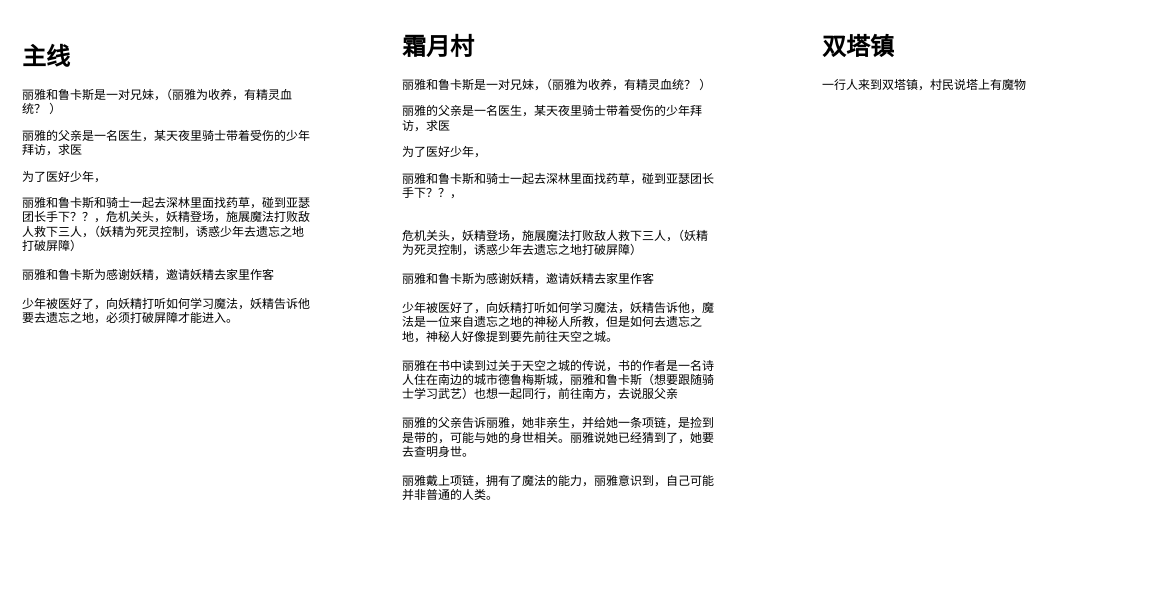
goldmine/base keeps this draw.io diagram as page "story" (8 of 10) of unity.drawio. Above is the earlier version. Source tidied: cells renumbered, new cells numbered last; positions are measured from the earlier drawing's top-left corner, leaving out a move shared by most shapes. Both pictures are drawn from the tidied source at 100%, with x=0, y=0 at pixel (17, 27).
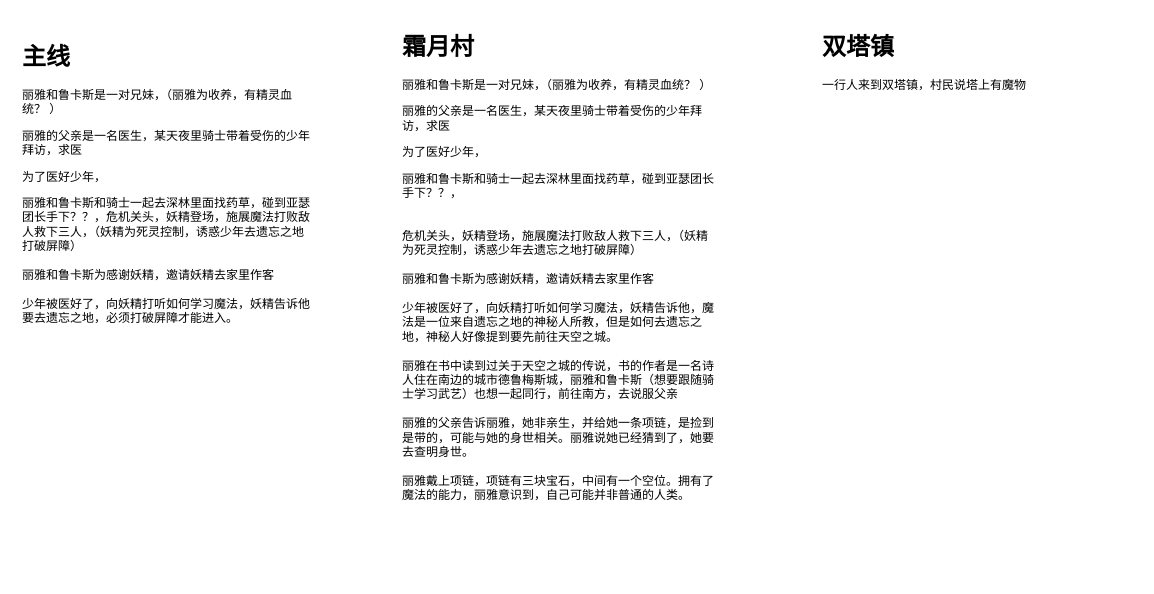
The same page after the edit.

Change to the diagram source:
```diff
@@
 <mxGraphModel>
   <root>
     <mxCell id="0" />
     <mxCell id="1" parent="0" />
     <mxCell id="2" value="&lt;h1&gt;主线&lt;/h1&gt;&lt;p&gt;丽雅和鲁卡斯是一对兄妹，（丽雅为收养，有精灵血统？ ）&lt;/p&gt;&lt;p&gt;丽雅的父亲是一名医生，某天夜里&lt;span style=&quot;background-color: initial;&quot;&gt;骑士带着受伤的少年拜访，求医&lt;/span&gt;&lt;/p&gt;&lt;p&gt;为了医好少年，&lt;/p&gt;丽雅和鲁卡斯和骑士一起去深林里面找药草，碰到亚瑟团长手下？？，危机关头，妖精登场，施展魔法打败敌人救下三人，（妖精为死灵控制，诱惑少年去遗忘之地打破屏障）&lt;br&gt;&lt;br&gt;丽雅和鲁卡斯为感谢妖精，邀请妖精去家里作客&lt;br&gt;&lt;br&gt;少年被医好了，向妖精打听如何学习魔法，妖精告诉他要去遗忘之地，必须打破屏障才能进入。&lt;br&gt;&lt;br&gt;&lt;br&gt;&lt;br&gt;&lt;br&gt;&lt;br&gt;&lt;br&gt;&lt;br&gt;" style="text;html=1;strokeColor=none;fillColor=none;spacing=5;spacingTop=-20;whiteSpace=wrap;overflow=hidden;rounded=0;" parent="1" vertex="1">
       <mxGeometry y="10" width="300" height="380" as="geometry" />
     </mxCell>
-    <mxCell id="3" value="&lt;h1&gt;霜月村&lt;/h1&gt;&lt;p&gt;丽雅和鲁卡斯是一对兄妹，（丽雅为收养，有精灵血统？ ）&lt;/p&gt;&lt;p&gt;丽雅的父亲是一名医生，某天夜里&lt;span style=&quot;background-color: initial;&quot;&gt;骑士带着受伤的少年拜访，求医&lt;/span&gt;&lt;/p&gt;&lt;p&gt;为了医好少年，&lt;/p&gt;丽雅和鲁卡斯和骑士一起去深林里面找药草，碰到亚瑟团长手下？？，&lt;br&gt;&lt;br&gt;&lt;br&gt;危机关头，妖精登场，施展魔法打败敌人救下三人，（妖精为死灵控制，诱惑少年去遗忘之地打破屏障）&lt;br&gt;&lt;br&gt;丽雅和鲁卡斯为感谢妖精，邀请妖精去家里作客&lt;br&gt;&lt;br&gt;少年被医好了，向妖精打听如何学习魔法，妖精告诉他，魔法是一位来自遗忘之地的神秘人所教，但是如何去遗忘之地，神秘人好像提到要先前往天空之城。&lt;br&gt;&lt;br&gt;丽雅在书中读到过关于天空之城的传说，书的作者是一名诗人住在南边的城市德鲁梅斯城，丽雅和鲁卡斯（想要跟随骑士学习武艺）也想一起同行，前往南方，去说服父亲&lt;br&gt;&lt;br&gt;丽雅的父亲告诉丽雅，她非亲生，并给她一条项链，是捡到是带的，可能与她的身世相关。丽雅说她已经猜到了，她要去查明身世。&lt;br&gt;&lt;br&gt;丽雅戴上项链，拥有了魔法的能力，丽雅意识到，自己可能并非普通的人类。&lt;br&gt;&lt;br&gt;&lt;br&gt;&lt;br&gt;&lt;br&gt;&lt;br&gt;&lt;br&gt;&lt;br&gt;&lt;br&gt;&lt;br&gt;&lt;br&gt;&lt;br&gt;&lt;br&gt;&lt;br&gt;" style="text;html=1;strokeColor=none;fillColor=none;spacing=5;spacingTop=-20;whiteSpace=wrap;overflow=hidden;rounded=0;" parent="1" vertex="1">
+    <mxCell id="3" value="&lt;h1&gt;霜月村&lt;/h1&gt;&lt;p&gt;丽雅和鲁卡斯是一对兄妹，（丽雅为收养，有精灵血统？ ）&lt;/p&gt;&lt;p&gt;丽雅的父亲是一名医生，某天夜里&lt;span style=&quot;background-color: initial;&quot;&gt;骑士带着受伤的少年拜访，求医&lt;/span&gt;&lt;/p&gt;&lt;p&gt;为了医好少年，&lt;/p&gt;丽雅和鲁卡斯和骑士一起去深林里面找药草，碰到亚瑟团长手下？？，&lt;br&gt;&lt;br&gt;&lt;br&gt;危机关头，妖精登场，施展魔法打败敌人救下三人，（妖精为死灵控制，诱惑少年去遗忘之地打破屏障）&lt;br&gt;&lt;br&gt;丽雅和鲁卡斯为感谢妖精，邀请妖精去家里作客&lt;br&gt;&lt;br&gt;少年被医好了，向妖精打听如何学习魔法，妖精告诉他，魔法是一位来自遗忘之地的神秘人所教，但是如何去遗忘之地，神秘人好像提到要先前往天空之城。&lt;br&gt;&lt;br&gt;丽雅在书中读到过关于天空之城的传说，书的作者是一名诗人住在南边的城市德鲁梅斯城，丽雅和鲁卡斯（想要跟随骑士学习武艺）也想一起同行，前往南方，去说服父亲&lt;br&gt;&lt;br&gt;丽雅的父亲告诉丽雅，她非亲生，并给她一条项链，是捡到是带的，可能与她的身世相关。丽雅说她已经猜到了，她要去查明身世。&lt;br&gt;&lt;br&gt;丽雅戴上项链，项链有三块宝石，中间有一个空位。拥有了魔法的能力，丽雅意识到，自己可能并非普通的人类。&lt;br&gt;&lt;br&gt;&lt;br&gt;&lt;br&gt;&lt;br&gt;&lt;br&gt;&lt;br&gt;&lt;br&gt;&lt;br&gt;&lt;br&gt;&lt;br&gt;&lt;br&gt;&lt;br&gt;" style="text;html=1;strokeColor=none;fillColor=none;spacing=5;spacingTop=-20;whiteSpace=wrap;overflow=hidden;rounded=0;" parent="1" vertex="1">
       <mxGeometry x="380" width="320" height="500" as="geometry" />
     </mxCell>
     <mxCell id="4" value="&lt;h1&gt;双塔镇&lt;/h1&gt;&lt;p&gt;&lt;/p&gt;一行人来到双塔镇，村民说塔上有魔物&lt;br&gt;&lt;br&gt;&lt;br&gt;&lt;br&gt;&lt;br&gt;&lt;br&gt;&lt;br&gt;&lt;br&gt;" style="text;html=1;strokeColor=none;fillColor=none;spacing=5;spacingTop=-20;whiteSpace=wrap;overflow=hidden;rounded=0;" parent="1" vertex="1">
       <mxGeometry x="800" width="320" height="550" as="geometry" />
     </mxCell>
   </root>
 </mxGraphModel>
```
